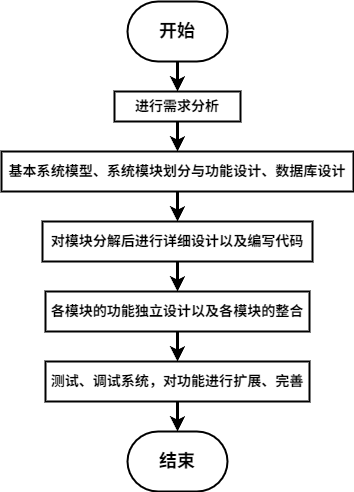
Before: 4.drawio.png, a diagram exported from draw.io (xiyuliu509/microservice-shop). Source tidied: cells renumbered, new cells last; positions are measured from the earlier drawing's top-left corner, leaving out a move shared by most shapes. Source of this version:
```xml
<mxGraphModel>
  <root>
    <mxCell id="0" />
    <mxCell id="1" parent="0" />
    <mxCell id="2" style="edgeStyle=none;html=1;exitX=0.5;exitY=1;exitDx=0;exitDy=0;exitPerimeter=0;entryX=0.5;entryY=0;entryDx=0;entryDy=0;strokeWidth=3;" parent="1" edge="1" source="3" target="7">
      <mxGeometry relative="1" as="geometry" />
    </mxCell>
    <mxCell id="3" value="&lt;h2&gt;开始&lt;/h2&gt;" style="strokeWidth=2;html=1;shape=mxgraph.flowchart.terminator;whiteSpace=wrap;" parent="1" vertex="1">
      <mxGeometry x="126" width="100" height="60" as="geometry" />
    </mxCell>
    <mxCell id="4" value="&lt;h3&gt;&lt;b&gt;对模块分解后进行详细设计以及编写代码&lt;/b&gt;&lt;/h3&gt;" style="rounded=0;whiteSpace=wrap;html=1;strokeWidth=2;" parent="1" vertex="1">
      <mxGeometry x="41" y="220" width="270" height="40" as="geometry" />
    </mxCell>
    <mxCell id="5" value="&lt;h3&gt;&lt;b&gt;各模块的功能独立设计以及各模块的整合&lt;/b&gt;&lt;/h3&gt;" style="rounded=0;whiteSpace=wrap;html=1;strokeWidth=2;" parent="1" vertex="1">
      <mxGeometry x="44" y="290" width="264" height="40" as="geometry" />
    </mxCell>
    <mxCell id="6" value="&lt;h3&gt;&lt;b&gt;基本系统模型、系统模块划分与功能设计、数据库设计&lt;/b&gt;&lt;/h3&gt;" style="rounded=0;whiteSpace=wrap;html=1;strokeWidth=2;" parent="1" vertex="1">
      <mxGeometry y="150" width="352" height="40" as="geometry" />
    </mxCell>
    <mxCell id="7" value="&lt;h3&gt;&lt;b&gt;进行需求分析&lt;/b&gt;&lt;/h3&gt;" style="rounded=0;whiteSpace=wrap;html=1;strokeWidth=2;" parent="1" vertex="1">
      <mxGeometry x="113" y="90" width="126" height="30" as="geometry" />
    </mxCell>
    <mxCell id="8" value="&lt;h2&gt;结束&lt;/h2&gt;" style="strokeWidth=2;html=1;shape=mxgraph.flowchart.terminator;whiteSpace=wrap;" parent="1" vertex="1">
      <mxGeometry x="126" y="430" width="100" height="60" as="geometry" />
    </mxCell>
    <mxCell id="9" value="&lt;h3&gt;测试、调试系统，对功能进行扩展、完善&lt;/h3&gt;" style="rounded=0;whiteSpace=wrap;html=1;strokeWidth=2;" parent="1" vertex="1">
      <mxGeometry x="44" y="360" width="264" height="40" as="geometry" />
    </mxCell>
    <mxCell id="10" style="edgeStyle=none;html=1;strokeWidth=3;exitX=0.5;exitY=1;exitDx=0;exitDy=0;entryX=0.5;entryY=0;entryDx=0;entryDy=0;" parent="1" edge="1" source="7" target="6">
      <mxGeometry relative="1" as="geometry" />
    </mxCell>
    <mxCell id="11" style="edgeStyle=none;html=1;exitX=0.5;exitY=1;exitDx=0;exitDy=0;entryX=0.5;entryY=0;entryDx=0;entryDy=0;strokeWidth=3;entryPerimeter=0;" parent="1" edge="1" source="9" target="8">
      <mxGeometry relative="1" as="geometry" />
    </mxCell>
    <mxCell id="12" style="edgeStyle=none;html=1;exitX=0.5;exitY=1;exitDx=0;exitDy=0;strokeWidth=3;" parent="1" edge="1" source="5" target="9">
      <mxGeometry relative="1" as="geometry" />
    </mxCell>
    <mxCell id="13" style="edgeStyle=none;html=1;exitX=0.5;exitY=1;exitDx=0;exitDy=0;entryX=0.5;entryY=0;entryDx=0;entryDy=0;strokeWidth=3;" parent="1" edge="1" source="4" target="5">
      <mxGeometry relative="1" as="geometry" />
    </mxCell>
    <mxCell id="14" style="edgeStyle=none;html=1;exitX=0.5;exitY=1;exitDx=0;exitDy=0;entryX=0.5;entryY=0;entryDx=0;entryDy=0;strokeWidth=3;" parent="1" edge="1" source="6" target="4">
      <mxGeometry relative="1" as="geometry" />
    </mxCell>
  </root>
</mxGraphModel>
```
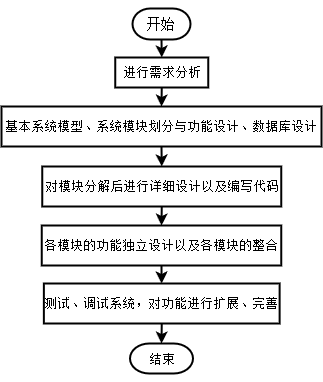
Later version of the same file.

Diff of the diagram source:
```diff
@@ -2,43 +2,43 @@
   <root>
     <mxCell id="0" />
     <mxCell id="1" parent="0" />
-    <mxCell id="2" style="edgeStyle=none;html=1;exitX=0.5;exitY=1;exitDx=0;exitDy=0;exitPerimeter=0;entryX=0.5;entryY=0;entryDx=0;entryDy=0;strokeWidth=3;" parent="1" edge="1" source="3" target="7">
+    <mxCell id="2" style="edgeStyle=none;html=1;exitX=0.5;exitY=1;exitDx=0;exitDy=0;exitPerimeter=0;entryX=0.5;entryY=0;entryDx=0;entryDy=0;strokeWidth=2;fontSize=11;fontFamily=宋体;" parent="1" edge="1" source="3" target="7">
       <mxGeometry relative="1" as="geometry" />
     </mxCell>
-    <mxCell id="3" value="&lt;h2&gt;开始&lt;/h2&gt;" style="strokeWidth=2;html=1;shape=mxgraph.flowchart.terminator;whiteSpace=wrap;" parent="1" vertex="1">
-      <mxGeometry x="126" width="100" height="60" as="geometry" />
+    <mxCell id="3" value="&lt;h2&gt;&lt;font style=&quot;font-weight: normal; font-size: 14px;&quot;&gt;开始&lt;/font&gt;&lt;/h2&gt;" style="strokeWidth=2;html=1;shape=mxgraph.flowchart.terminator;whiteSpace=wrap;fontSize=11;fontFamily=宋体;" parent="1" vertex="1">
+      <mxGeometry x="147" y="25" width="58" height="31" as="geometry" />
     </mxCell>
-    <mxCell id="4" value="&lt;h3&gt;&lt;b&gt;对模块分解后进行详细设计以及编写代码&lt;/b&gt;&lt;/h3&gt;" style="rounded=0;whiteSpace=wrap;html=1;strokeWidth=2;" parent="1" vertex="1">
-      <mxGeometry x="41" y="220" width="270" height="40" as="geometry" />
+    <mxCell id="4" value="&lt;h3&gt;&lt;font style=&quot;font-weight: normal; font-size: 13px;&quot;&gt;对模块分解后进行详细设计以及编写代码&lt;/font&gt;&lt;/h3&gt;" style="rounded=0;whiteSpace=wrap;html=1;strokeWidth=2;fontSize=11;fontFamily=宋体;" parent="1" vertex="1">
+      <mxGeometry x="56.8" y="183" width="239" height="40" as="geometry" />
     </mxCell>
-    <mxCell id="5" value="&lt;h3&gt;&lt;b&gt;各模块的功能独立设计以及各模块的整合&lt;/b&gt;&lt;/h3&gt;" style="rounded=0;whiteSpace=wrap;html=1;strokeWidth=2;" parent="1" vertex="1">
-      <mxGeometry x="44" y="290" width="264" height="40" as="geometry" />
+    <mxCell id="5" value="&lt;h3&gt;&lt;font style=&quot;font-weight: normal; font-size: 13px;&quot;&gt;各模块的功能独立设计以及各模块的整合&lt;/font&gt;&lt;/h3&gt;" style="rounded=0;whiteSpace=wrap;html=1;strokeWidth=2;fontSize=11;fontFamily=宋体;" parent="1" vertex="1">
+      <mxGeometry x="56.2" y="242" width="239.5" height="40" as="geometry" />
     </mxCell>
-    <mxCell id="6" value="&lt;h3&gt;&lt;b&gt;基本系统模型、系统模块划分与功能设计、数据库设计&lt;/b&gt;&lt;/h3&gt;" style="rounded=0;whiteSpace=wrap;html=1;strokeWidth=2;" parent="1" vertex="1">
-      <mxGeometry y="150" width="352" height="40" as="geometry" />
+    <mxCell id="6" value="&lt;h3&gt;&lt;font style=&quot;font-weight: normal; font-size: 13px;&quot;&gt;基本系统模型、系统模块划分与功能设计、数据库设计&lt;/font&gt;&lt;/h3&gt;" style="rounded=0;whiteSpace=wrap;html=1;strokeWidth=2;fontSize=11;fontFamily=宋体;" parent="1" vertex="1">
+      <mxGeometry x="16" y="123" width="320" height="40" as="geometry" />
     </mxCell>
-    <mxCell id="7" value="&lt;h3&gt;&lt;b&gt;进行需求分析&lt;/b&gt;&lt;/h3&gt;" style="rounded=0;whiteSpace=wrap;html=1;strokeWidth=2;" parent="1" vertex="1">
-      <mxGeometry x="113" y="90" width="126" height="30" as="geometry" />
+    <mxCell id="7" value="&lt;h3&gt;&lt;font style=&quot;font-weight: normal; font-size: 13px;&quot;&gt;进行需求分析&lt;/font&gt;&lt;/h3&gt;" style="rounded=0;whiteSpace=wrap;html=1;strokeWidth=2;fontSize=11;fontFamily=宋体;" parent="1" vertex="1">
+      <mxGeometry x="129.8" y="74" width="93" height="30" as="geometry" />
     </mxCell>
-    <mxCell id="8" value="&lt;h2&gt;结束&lt;/h2&gt;" style="strokeWidth=2;html=1;shape=mxgraph.flowchart.terminator;whiteSpace=wrap;" parent="1" vertex="1">
-      <mxGeometry x="126" y="430" width="100" height="60" as="geometry" />
+    <mxCell id="8" value="&lt;h2&gt;&lt;font style=&quot;font-weight: normal; font-size: 13px;&quot;&gt;结束&lt;/font&gt;&lt;/h2&gt;" style="strokeWidth=2;html=1;shape=mxgraph.flowchart.terminator;whiteSpace=wrap;fontSize=11;fontFamily=宋体;" parent="1" vertex="1">
+      <mxGeometry x="144.5" y="360" width="63" height="30" as="geometry" />
     </mxCell>
-    <mxCell id="9" value="&lt;h3&gt;测试、调试系统，对功能进行扩展、完善&lt;/h3&gt;" style="rounded=0;whiteSpace=wrap;html=1;strokeWidth=2;" parent="1" vertex="1">
-      <mxGeometry x="44" y="360" width="264" height="40" as="geometry" />
+    <mxCell id="9" value="&lt;h3&gt;&lt;font style=&quot;font-weight: normal; font-size: 13px;&quot;&gt;测试、调试系统，对功能进行扩展、完善&lt;/font&gt;&lt;/h3&gt;" style="rounded=0;whiteSpace=wrap;html=1;strokeWidth=2;fontSize=11;fontFamily=宋体;" parent="1" vertex="1">
+      <mxGeometry x="58.4" y="300" width="235.8" height="40" as="geometry" />
     </mxCell>
-    <mxCell id="10" style="edgeStyle=none;html=1;strokeWidth=3;exitX=0.5;exitY=1;exitDx=0;exitDy=0;entryX=0.5;entryY=0;entryDx=0;entryDy=0;" parent="1" edge="1" source="7" target="6">
+    <mxCell id="10" style="edgeStyle=none;html=1;strokeWidth=2;exitX=0.5;exitY=1;exitDx=0;exitDy=0;entryX=0.5;entryY=0;entryDx=0;entryDy=0;fontSize=11;fontFamily=宋体;" parent="1" edge="1" source="7" target="6">
       <mxGeometry relative="1" as="geometry" />
     </mxCell>
-    <mxCell id="11" style="edgeStyle=none;html=1;exitX=0.5;exitY=1;exitDx=0;exitDy=0;entryX=0.5;entryY=0;entryDx=0;entryDy=0;strokeWidth=3;entryPerimeter=0;" parent="1" edge="1" source="9" target="8">
+    <mxCell id="11" style="edgeStyle=none;html=1;exitX=0.5;exitY=1;exitDx=0;exitDy=0;entryX=0.5;entryY=0;entryDx=0;entryDy=0;strokeWidth=2;entryPerimeter=0;fontSize=11;fontFamily=宋体;" parent="1" edge="1" source="9" target="8">
       <mxGeometry relative="1" as="geometry" />
     </mxCell>
-    <mxCell id="12" style="edgeStyle=none;html=1;exitX=0.5;exitY=1;exitDx=0;exitDy=0;strokeWidth=3;" parent="1" edge="1" source="5" target="9">
+    <mxCell id="12" style="edgeStyle=none;html=1;exitX=0.5;exitY=1;exitDx=0;exitDy=0;strokeWidth=2;fontSize=11;fontFamily=宋体;" parent="1" edge="1" source="5" target="9">
       <mxGeometry relative="1" as="geometry" />
     </mxCell>
-    <mxCell id="13" style="edgeStyle=none;html=1;exitX=0.5;exitY=1;exitDx=0;exitDy=0;entryX=0.5;entryY=0;entryDx=0;entryDy=0;strokeWidth=3;" parent="1" edge="1" source="4" target="5">
+    <mxCell id="13" style="edgeStyle=none;html=1;exitX=0.5;exitY=1;exitDx=0;exitDy=0;entryX=0.5;entryY=0;entryDx=0;entryDy=0;strokeWidth=2;fontSize=11;fontFamily=宋体;" parent="1" edge="1" source="4" target="5">
       <mxGeometry relative="1" as="geometry" />
     </mxCell>
-    <mxCell id="14" style="edgeStyle=none;html=1;exitX=0.5;exitY=1;exitDx=0;exitDy=0;entryX=0.5;entryY=0;entryDx=0;entryDy=0;strokeWidth=3;" parent="1" edge="1" source="6" target="4">
+    <mxCell id="14" style="edgeStyle=none;html=1;exitX=0.5;exitY=1;exitDx=0;exitDy=0;entryX=0.5;entryY=0;entryDx=0;entryDy=0;strokeWidth=2;fontSize=11;fontFamily=宋体;" parent="1" edge="1" source="6" target="4">
       <mxGeometry relative="1" as="geometry" />
     </mxCell>
   </root>
```
